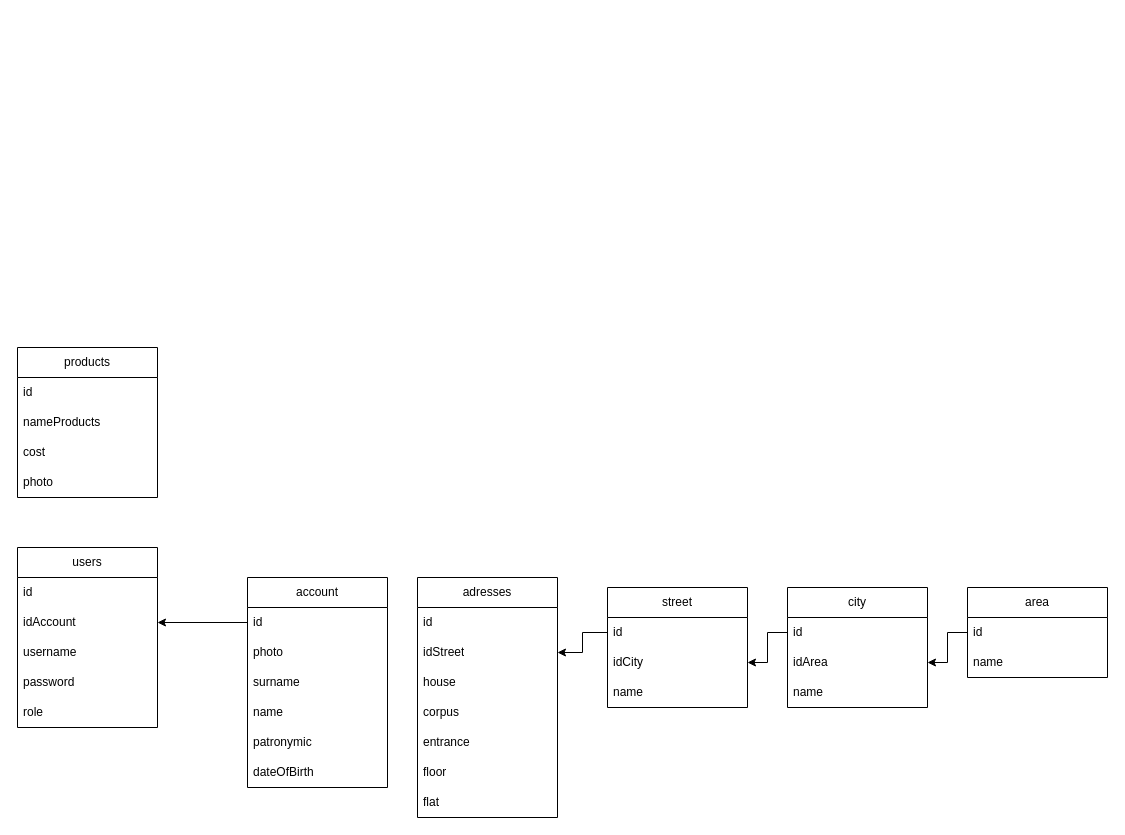
This is Диаграмма без названия.drawio from Anasikus/FlowersLife, a draw.io file, before an edit. Source tidied: cells renumbered, new cells numbered last; positions are measured from the earlier drawing's top-left corner, leaving out a move shared by most shapes. Both pictures are drawn from the tidied source at 100%, with x=0, y=0 at pixel (17, 347).
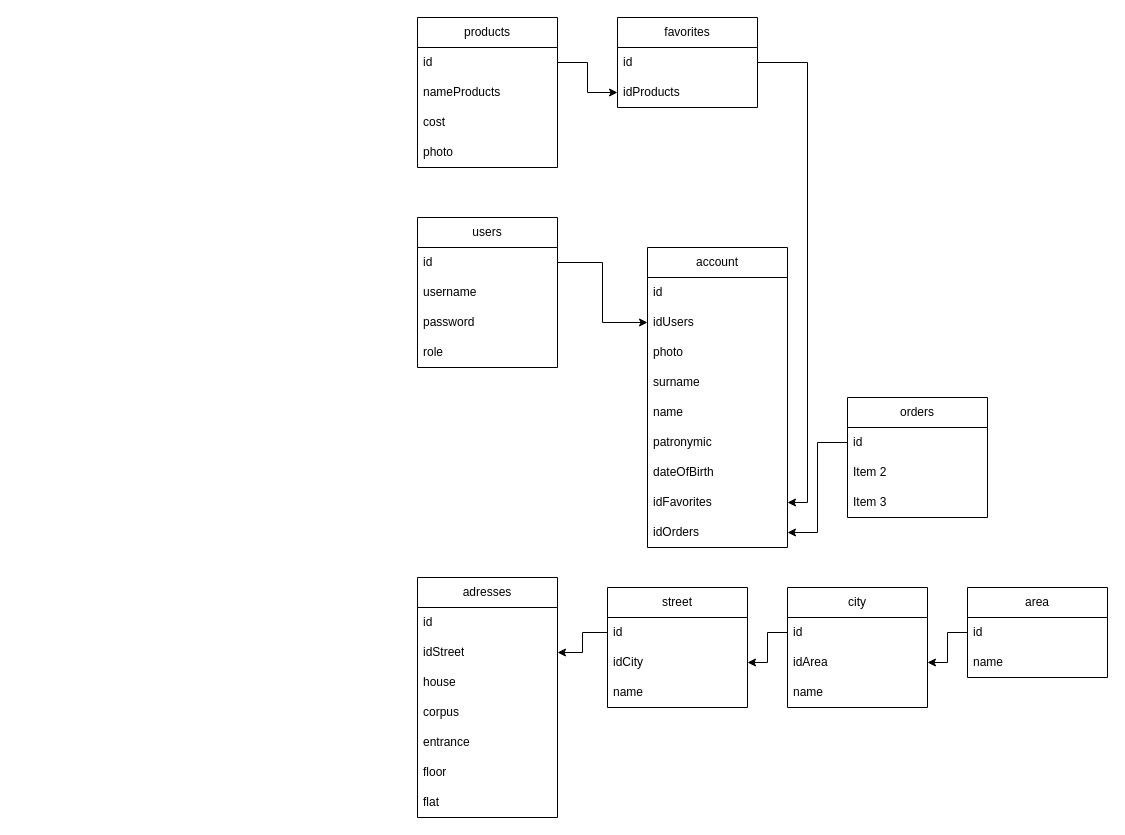
After the change.

Commit message:
Добавление сущностей

The change refers to these unchanged cells:
```xml
<mxCell id="3" value="id" style="text;strokeColor=none;fillColor=none;align=left;verticalAlign=middle;spacingLeft=4;spacingRight=4;overflow=hidden;points=[[0,0.5],[1,0.5]];portConstraint=eastwest;whiteSpace=wrap;html=1;" parent="2" vertex="1">
  <mxGeometry y="30" width="140" height="30" as="geometry" />
</mxCell>
<mxCell id="8" value="id" style="text;strokeColor=none;fillColor=none;align=left;verticalAlign=middle;spacingLeft=4;spacingRight=4;overflow=hidden;points=[[0,0.5],[1,0.5]];portConstraint=eastwest;whiteSpace=wrap;html=1;" parent="7" vertex="1">
  <mxGeometry y="30" width="140" height="30" as="geometry" />
</mxCell>
<mxCell id="14" value="id" style="text;strokeColor=none;fillColor=none;align=left;verticalAlign=middle;spacingLeft=4;spacingRight=4;overflow=hidden;points=[[0,0.5],[1,0.5]];portConstraint=eastwest;whiteSpace=wrap;html=1;" parent="13" vertex="1">
  <mxGeometry y="30" width="140" height="30" as="geometry" />
</mxCell>
```

The edit, as a diff of the source:
```diff
@@
     <mxCell id="2" value="products" style="swimlane;fontStyle=0;horizontal=1;startSize=30;whiteSpace=wrap;html=1;" parent="1" vertex="1">
-      <mxGeometry width="140" height="150" as="geometry" />
+      <mxGeometry x="400" y="-330" width="140" height="150" as="geometry" />
     </mxCell>
@@
     <mxCell id="7" value="users" style="swimlane;fontStyle=0;horizontal=1;startSize=30;whiteSpace=wrap;html=1;" parent="1" vertex="1">
-      <mxGeometry y="200" width="140" height="180" as="geometry" />
+      <mxGeometry x="400" y="-130" width="140" height="150" as="geometry" />
     </mxCell>
@@
-    <mxCell id="9" value="idAccount" style="text;strokeColor=none;fillColor=none;align=left;verticalAlign=middle;spacingLeft=4;spacingRight=4;overflow=hidden;points=[[0,0.5],[1,0.5]];portConstraint=eastwest;whiteSpace=wrap;html=1;" parent="7" vertex="1">
-      <mxGeometry y="60" width="140" height="30" as="geometry" />
-    </mxCell>
     <mxCell id="10" value="username" style="text;strokeColor=none;fillColor=none;align=left;verticalAlign=middle;spacingLeft=4;spacingRight=4;overflow=hidden;whiteSpace=wrap;html=1;" parent="7" vertex="1">
-      <mxGeometry y="90" width="140" height="30" as="geometry" />
+      <mxGeometry y="60" width="140" height="30" as="geometry" />
     </mxCell>
     <mxCell id="11" value="password" style="text;strokeColor=none;fillColor=none;align=left;verticalAlign=middle;spacingLeft=4;spacingRight=4;overflow=hidden;whiteSpace=wrap;html=1;" parent="7" vertex="1">
-      <mxGeometry y="120" width="140" height="30" as="geometry" />
+      <mxGeometry y="90" width="140" height="30" as="geometry" />
     </mxCell>
     <mxCell id="12" value="role" style="text;strokeColor=none;fillColor=none;align=left;verticalAlign=middle;spacingLeft=4;spacingRight=4;overflow=hidden;whiteSpace=wrap;html=1;" parent="7" vertex="1">
-      <mxGeometry y="150" width="140" height="30" as="geometry" />
+      <mxGeometry y="120" width="140" height="30" as="geometry" />
     </mxCell>
     <mxCell id="13" value="account" style="swimlane;fontStyle=0;horizontal=1;startSize=30;whiteSpace=wrap;html=1;" parent="1" vertex="1">
-      <mxGeometry x="230" y="230" width="140" height="210" as="geometry" />
+      <mxGeometry x="630" y="-100" width="140" height="300" as="geometry" />
     </mxCell>
@@
+    <mxCell id="43" value="idUsers" style="text;strokeColor=none;fillColor=none;align=left;verticalAlign=middle;spacingLeft=4;spacingRight=4;overflow=hidden;points=[[0,0.5],[1,0.5]];portConstraint=eastwest;whiteSpace=wrap;html=1;" parent="13" vertex="1">
+      <mxGeometry y="60" width="140" height="30" as="geometry" />
+    </mxCell>
     <mxCell id="15" value="photo" style="text;strokeColor=none;fillColor=none;align=left;verticalAlign=middle;spacingLeft=4;spacingRight=4;overflow=hidden;whiteSpace=wrap;html=1;" parent="13" vertex="1">
-      <mxGeometry y="60" width="140" height="30" as="geometry" />
+      <mxGeometry y="90" width="140" height="30" as="geometry" />
     </mxCell>
     <mxCell id="16" value="surname" style="text;strokeColor=none;fillColor=none;align=left;verticalAlign=middle;spacingLeft=4;spacingRight=4;overflow=hidden;whiteSpace=wrap;html=1;" parent="13" vertex="1">
-      <mxGeometry y="90" width="140" height="30" as="geometry" />
+      <mxGeometry y="120" width="140" height="30" as="geometry" />
     </mxCell>
     <mxCell id="17" value="name" style="text;strokeColor=none;fillColor=none;align=left;verticalAlign=middle;spacingLeft=4;spacingRight=4;overflow=hidden;whiteSpace=wrap;html=1;" parent="13" vertex="1">
-      <mxGeometry y="120" width="140" height="30" as="geometry" />
+      <mxGeometry y="150" width="140" height="30" as="geometry" />
     </mxCell>
     <mxCell id="18" value="patronymic" style="text;strokeColor=none;fillColor=none;align=left;verticalAlign=middle;spacingLeft=4;spacingRight=4;overflow=hidden;whiteSpace=wrap;html=1;" parent="13" vertex="1">
-      <mxGeometry y="150" width="140" height="30" as="geometry" />
+      <mxGeometry y="180" width="140" height="30" as="geometry" />
     </mxCell>
     <mxCell id="19" value="dateOfBirth" style="text;strokeColor=none;fillColor=none;align=left;verticalAlign=middle;spacingLeft=4;spacingRight=4;overflow=hidden;whiteSpace=wrap;html=1;" parent="13" vertex="1">
-      <mxGeometry y="180" width="140" height="30" as="geometry" />
+      <mxGeometry y="210" width="140" height="30" as="geometry" />
     </mxCell>
-    <mxCell id="20" style="edgeStyle=orthogonalEdgeStyle;rounded=0;jettySize=auto;html=1;exitX=0;exitY=0.5;exitDx=0;exitDy=0;entryX=1;entryY=0.5;entryDx=0;entryDy=0;" parent="1" edge="1" source="14" target="9">
-      <mxGeometry relative="1" as="geometry" />
-    </mxCell>
+    <mxCell id="44" value="idFavorites" style="text;strokeColor=none;fillColor=none;align=left;verticalAlign=middle;spacingLeft=4;spacingRight=4;overflow=hidden;points=[[0,0.5],[1,0.5]];portConstraint=eastwest;whiteSpace=wrap;html=1;" parent="13" vertex="1">
+      <mxGeometry y="240" width="140" height="30" as="geometry" />
+    </mxCell>
+    <mxCell id="45" value="idOrders" style="text;strokeColor=none;fillColor=none;align=left;verticalAlign=middle;spacingLeft=4;spacingRight=4;overflow=hidden;points=[[0,0.5],[1,0.5]];portConstraint=eastwest;whiteSpace=wrap;html=1;" parent="13" vertex="1">
+      <mxGeometry y="270" width="140" height="30" as="geometry" />
+    </mxCell>
@@
+    <mxCell id="46" value="favorites" style="swimlane;fontStyle=0;horizontal=1;startSize=30;whiteSpace=wrap;html=1;" parent="1" vertex="1">
+      <mxGeometry x="600" y="-330" width="140" height="90" as="geometry" />
+    </mxCell>
+    <mxCell id="47" value="id" style="text;strokeColor=none;fillColor=none;align=left;verticalAlign=middle;spacingLeft=4;spacingRight=4;overflow=hidden;points=[[0,0.5],[1,0.5]];portConstraint=eastwest;whiteSpace=wrap;html=1;" parent="46" vertex="1">
+      <mxGeometry y="30" width="140" height="30" as="geometry" />
+    </mxCell>
+    <mxCell id="48" value="idProducts" style="text;strokeColor=none;fillColor=none;align=left;verticalAlign=middle;spacingLeft=4;spacingRight=4;overflow=hidden;points=[[0,0.5],[1,0.5]];portConstraint=eastwest;whiteSpace=wrap;html=1;" parent="46" vertex="1">
+      <mxGeometry y="60" width="140" height="30" as="geometry" />
+    </mxCell>
+    <mxCell id="49" style="edgeStyle=orthogonalEdgeStyle;rounded=0;jettySize=auto;html=1;exitX=1;exitY=0.5;exitDx=0;exitDy=0;entryX=0;entryY=0.5;entryDx=0;entryDy=0;" parent="1" edge="1" source="3" target="48">
+      <mxGeometry relative="1" as="geometry" />
+    </mxCell>
+    <mxCell id="50" style="edgeStyle=orthogonalEdgeStyle;rounded=0;jettySize=auto;html=1;exitX=1;exitY=0.5;exitDx=0;exitDy=0;entryX=1;entryY=0.5;entryDx=0;entryDy=0;" parent="1" edge="1" source="47" target="44">
+      <mxGeometry relative="1" as="geometry" />
+    </mxCell>
+    <mxCell id="51" value="orders" style="swimlane;fontStyle=0;horizontal=1;startSize=30;whiteSpace=wrap;html=1;" parent="1" vertex="1">
+      <mxGeometry x="830" y="50" width="140" height="120" as="geometry" />
+    </mxCell>
+    <mxCell id="52" value="id" style="text;strokeColor=none;fillColor=none;align=left;verticalAlign=middle;spacingLeft=4;spacingRight=4;overflow=hidden;points=[[0,0.5],[1,0.5]];portConstraint=eastwest;whiteSpace=wrap;html=1;" parent="51" vertex="1">
+      <mxGeometry y="30" width="140" height="30" as="geometry" />
+    </mxCell>
+    <mxCell id="53" value="Item 2" style="text;strokeColor=none;fillColor=none;align=left;verticalAlign=middle;spacingLeft=4;spacingRight=4;overflow=hidden;whiteSpace=wrap;html=1;" parent="51" vertex="1">
+      <mxGeometry y="60" width="140" height="30" as="geometry" />
+    </mxCell>
+    <mxCell id="54" value="Item 3" style="text;strokeColor=none;fillColor=none;align=left;verticalAlign=middle;spacingLeft=4;spacingRight=4;overflow=hidden;whiteSpace=wrap;html=1;" parent="51" vertex="1">
+      <mxGeometry y="90" width="140" height="30" as="geometry" />
+    </mxCell>
+    <mxCell id="55" style="edgeStyle=orthogonalEdgeStyle;rounded=0;jettySize=auto;html=1;exitX=0;exitY=0.5;exitDx=0;exitDy=0;entryX=1;entryY=0.5;entryDx=0;entryDy=0;" parent="1" edge="1" source="52" target="45">
+      <mxGeometry relative="1" as="geometry" />
+    </mxCell>
+    <mxCell id="56" style="edgeStyle=orthogonalEdgeStyle;rounded=0;jettySize=auto;html=1;exitX=1;exitY=0.5;exitDx=0;exitDy=0;entryX=0;entryY=0.5;entryDx=0;entryDy=0;" parent="1" edge="1" source="8" target="43">
+      <mxGeometry relative="1" as="geometry" />
+    </mxCell>
```
